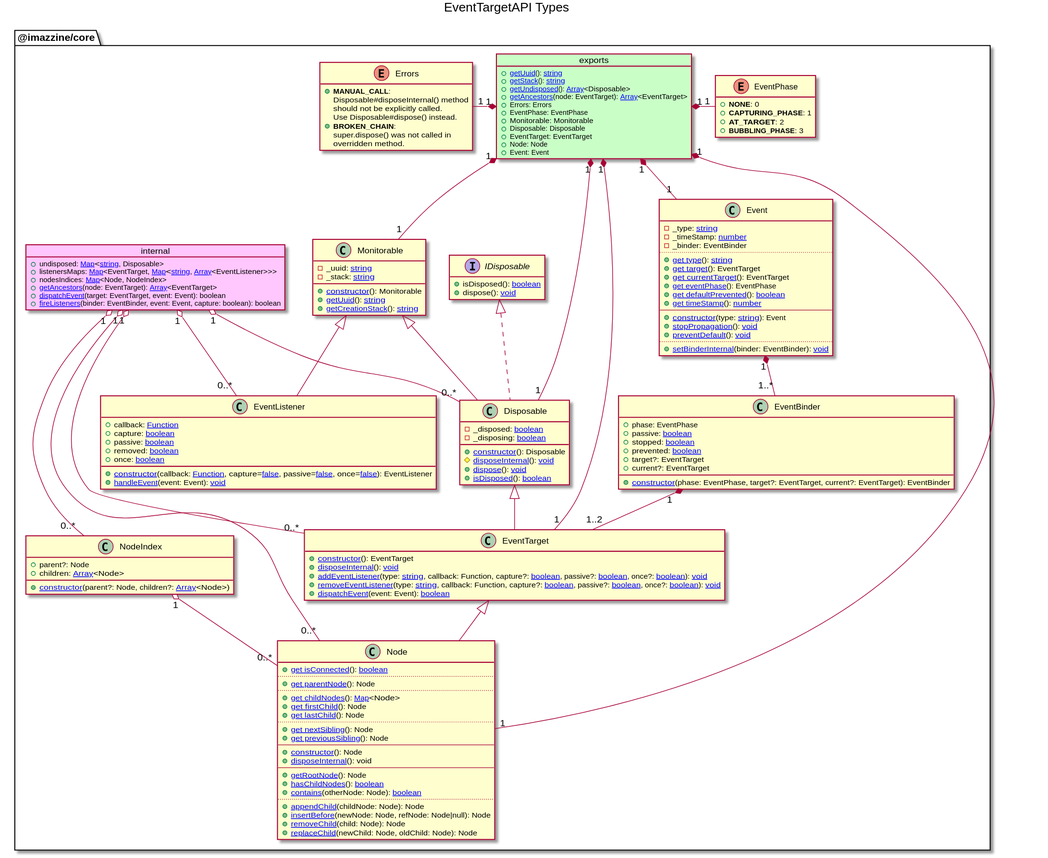
Earlier version of the PlantUML export _uml/svg/EventTargetAPI/Types.svg (imazzine/imazzine.github.io).
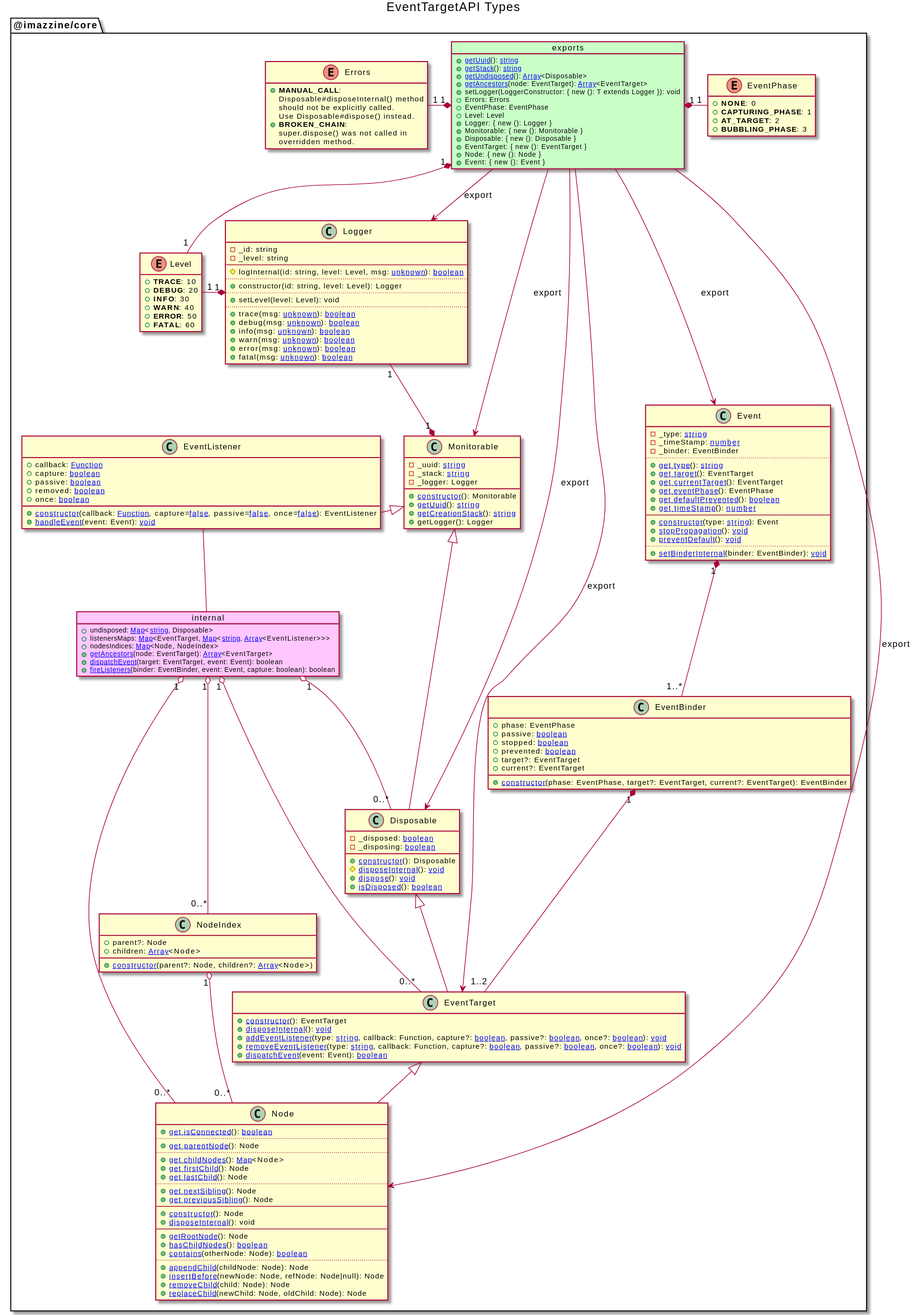
After the commit.

What changed in the source:
```diff
@@ -6,11 +6,6 @@
     hide empty attributes
 
     title EventTargetAPI Types
-
-
-
-
-
     package "@imazzine/core" as ImazzineCorePackage {
 
         object internal #ffc7fd {
@@ -27,13 +22,16 @@
             +[[./Definition_exports.getStack.svg getStack]](): [[https://developer.mozilla.org/en-US/docs/Web/JavaScript/Reference/Global_Objects/String string]]
             +[[./Definition_exports.getUndisposed.svg getUndisposed]](): [[https://developer.mozilla.org/en-US/docs/Web/JavaScript/Reference/Global_Objects/Array Array]]<Disposable>
             +[[./Definition_exports.getAncestors.svg getAncestors]](node: EventTarget): [[https://developer.mozilla.org/en-US/docs/Web/JavaScript/Reference/Global_Objects/Array Array]]<EventTarget>
+            +setLogger(LoggerConstructor: { new (): T extends Logger }): void
             +Errors: Errors
             +EventPhase: EventPhase
-            +Monitorable: Monitorable
-            +Disposable: Disposable
-            +EventTarget: EventTarget
-            +Node: Node
-            +Event: Event
+            +Level: Level
+            +Logger: { new (): Logger }
+            +Monitorable: { new (): Monitorable }
+            +Disposable: { new (): Disposable }
+            +EventTarget: { new (): EventTarget }
+            +Node: { new (): Node }
+            +Event: { new (): Event }
         }
 
         enum "Errors" as ImazzineCorePackageErrors {
@@ -50,21 +48,49 @@
         }
         ImazzineCorePackageExports "1" *- "1" EventPhase
 
+        enum Level {
+            +<b>TRACE</b>: 10
+            +<b>DEBUG</b>: 20
+            +<b>INFO</b>: 30
+            +<b>WARN</b>: 40
+            +<b>ERROR</b>: 50
+            +<b>FATAL</b>: 60
+        }
+        ImazzineCorePackageExports "1" *-- "1" Level
+
+        class Logger {
+            -_id: string
+            -_level: string
+            --
+            #logInternal(id: string, level: Level, msg: [[https://www.typescriptlang.org/docs/handbook/2/functions.html#unknown unknown]]): [[https://developer.mozilla.org/en-US/docs/Web/JavaScript/Reference/Global_Objects/Boolean boolean]]
+            ..
+            +constructor(id: string, level: Level): Logger
+            ..
+            +setLevel(level: Level): void
+            ..
+            +trace(msg: [[https://www.typescriptlang.org/docs/handbook/2/functions.html#unknown unknown]]): [[https://developer.mozilla.org/en-US/docs/Web/JavaScript/Reference/Global_Objects/Boolean boolean]]
+            +debug(msg: [[https://www.typescriptlang.org/docs/handbook/2/functions.html#unknown unknown]]): [[https://developer.mozilla.org/en-US/docs/Web/JavaScript/Reference/Global_Objects/Boolean boolean]]
+            +info(msg: [[https://www.typescriptlang.org/docs/handbook/2/functions.html#unknown unknown]]): [[https://developer.mozilla.org/en-US/docs/Web/JavaScript/Reference/Global_Objects/Boolean boolean]]
+            +warn(msg: [[https://www.typescriptlang.org/docs/handbook/2/functions.html#unknown unknown]]): [[https://developer.mozilla.org/en-US/docs/Web/JavaScript/Reference/Global_Objects/Boolean boolean]]
+            +error(msg: [[https://www.typescriptlang.org/docs/handbook/2/functions.html#unknown unknown]]): [[https://developer.mozilla.org/en-US/docs/Web/JavaScript/Reference/Global_Objects/Boolean boolean]]
+            +fatal(msg: [[https://www.typescriptlang.org/docs/handbook/2/functions.html#unknown unknown]]): [[https://developer.mozilla.org/en-US/docs/Web/JavaScript/Reference/Global_Objects/Boolean boolean]]
+        }
+        ImazzineCorePackageExports --> Logger : export
+        Level "1" -* "1" Logger
+
         class Monitorable {
             -_uuid: [[https://developer.mozilla.org/en-US/docs/Web/JavaScript/Reference/Global_Objects/String string]]
             -_stack: [[https://developer.mozilla.org/en-US/docs/Web/JavaScript/Reference/Global_Objects/String string]]
+            -_logger: Logger
             +[[./Definition_Monitorable.constructor.svg constructor]](): Monitorable
             +[[./Definition_Monitorable.getUuid.svg getUuid]](): [[https://developer.mozilla.org/en-US/docs/Web/JavaScript/Reference/Global_Objects/String string]]
             +[[./Definition_Monitorable.getCreationStack.svg getCreationStack]](): [[https://developer.mozilla.org/en-US/docs/Web/JavaScript/Reference/Global_Objects/String string]]
+            +getLogger(): Logger
         }
-        ImazzineCorePackageExports "1" *-- "1" Monitorable
+        ImazzineCorePackageExports ---> Monitorable : export
+        Logger "1" -* "1" Monitorable
 
-        interface IDisposable {
-            +isDisposed(): [[https://developer.mozilla.org/en-US/docs/Web/JavaScript/Reference/Global_Objects/Boolean boolean]]
-            +dispose(): [[https://developer.mozilla.org/en-US/docs/Web/JavaScript/Reference/Operators/void void]]
-        }
-
-        class Disposable extends Monitorable implements IDisposable {
+        class Disposable extends Monitorable {
             -_disposed: [[https://developer.mozilla.org/en-US/docs/Web/JavaScript/Reference/Global_Objects/Boolean boolean]]
             -_disposing: [[https://developer.mozilla.org/en-US/docs/Web/JavaScript/Reference/Global_Objects/Boolean boolean]]
             +[[./Definition_Disposable.constructor.svg constructor]](): Disposable
@@ -73,7 +99,7 @@
             +[[./Definition_Disposable.isDisposed.svg isDisposed]](): [[https://developer.mozilla.org/en-US/docs/Web/JavaScript/Reference/Global_Objects/Boolean boolean]]
         }
         internal "1" o-- "0..*" Disposable
-        ImazzineCorePackageExports "1" *-- "1" Disposable
+        ImazzineCorePackageExports --> Disposable : export
 
         class EventListener extends Monitorable {
             +callback: [[https://developer.mozilla.org/en-US/docs/Web/JavaScript/Reference/Global_Objects/Function Function]]
@@ -84,7 +110,8 @@
             +[[./Definition_EventListener.constructor.svg constructor]](callback: [[https://developer.mozilla.org/en-US/docs/Web/JavaScript/Reference/Global_Objects/Function Function]], capture=[[https://developer.mozilla.org/en-US/docs/Web/JavaScript/Reference/Global_Objects/Boolean false]], passive=[[https://developer.mozilla.org/en-US/docs/Web/JavaScript/Reference/Global_Objects/Boolean false]], once=[[https://developer.mozilla.org/en-US/docs/Web/JavaScript/Reference/Global_Objects/Boolean false]]): EventListener
             +[[./Definition_EventListener.handleEvent.svg handleEvent]](event: Event): [[https://developer.mozilla.org/en-US/docs/Web/JavaScript/Reference/Operators/void void]]
         }
-        internal "1" o-- "0..*" EventListener
+        EventListener -- internal
+        EventListener -[hidden] Monitorable
 
         class EventTarget extends Disposable {
             +[[./Definition_EventTarget.constructor.svg constructor]](): EventTarget
@@ -94,7 +121,7 @@
             +[[./Definition_EventTarget.dispatchEvent.svg dispatchEvent]](event: Event): [[https://developer.mozilla.org/en-US/docs/Web/JavaScript/Reference/Global_Objects/Boolean boolean]]
         }
         internal "1" o-- "0..*" EventTarget
-        ImazzineCorePackageExports "1" *-- "1" EventTarget
+        ImazzineCorePackageExports --> EventTarget : export
 
         class EventBinder {
             +phase: EventPhase
@@ -126,7 +153,7 @@
             +[[./Definition_Event.setBinderInternal.svg setBinderInternal]](binder: EventBinder): [[https://developer.mozilla.org/en-US/docs/Web/JavaScript/Reference/Operators/void void]]
         }
         Event "1" *-- "1..*" EventBinder
-        ImazzineCorePackageExports "1" *-- "1" Event
+        ImazzineCorePackageExports ---> Event : export
 
         class Node extends EventTarget {
             +[[./Definition_Node.isConnected.svg get isConnected]](): [[https://developer.mozilla.org/en-US/docs/Web/JavaScript/Reference/Global_Objects/Boolean boolean]]
@@ -153,7 +180,7 @@
             +[[./Definition_Node.replaceChild.svg replaceChild]](newChild: Node, oldChild: Node): Node
         }
         internal "1" o-- "0..*" Node
-        ImazzineCorePackageExports "1" *-- "1" Node
+        ImazzineCorePackageExports --> Node : export
 
         class NodeIndex {
             +parent?: Node
```
